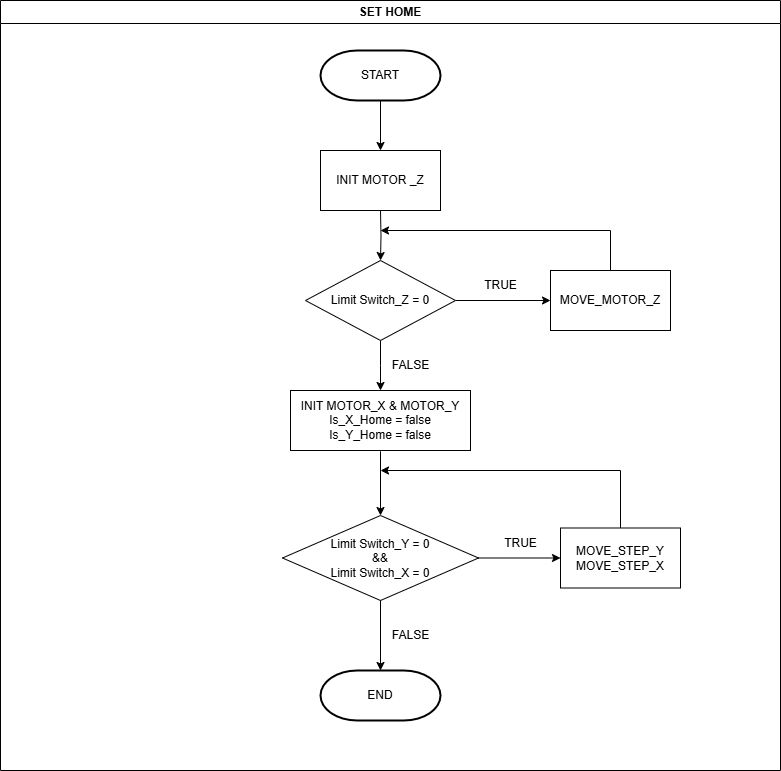
Before: FLOWCHART-VIE/FLOWCHART-SET-HOME.png, a diagram exported from draw.io (Quynguyen34/CNC-Drill-Graduation-Project). Source tidied: cells renumbered, new cells last; positions are measured from the earlier drawing's top-left corner, leaving out a move shared by most shapes. The source it was exported from:
```xml
<mxGraphModel>
  <root>
    <mxCell id="0" />
    <mxCell id="1" parent="0" />
    <mxCell id="2" style="edgeStyle=orthogonalEdgeStyle;rounded=0;jettySize=auto;html=1;" parent="1" edge="1" target="5">
      <mxGeometry relative="1" as="geometry">
        <mxPoint x="380" y="210" as="sourcePoint" />
      </mxGeometry>
    </mxCell>
    <mxCell id="3" style="edgeStyle=orthogonalEdgeStyle;rounded=0;jettySize=auto;html=1;" parent="1" edge="1" source="5">
      <mxGeometry relative="1" as="geometry">
        <mxPoint x="550" y="300" as="targetPoint" />
      </mxGeometry>
    </mxCell>
    <mxCell id="4" style="edgeStyle=orthogonalEdgeStyle;rounded=0;jettySize=auto;html=1;" parent="1" edge="1" source="5">
      <mxGeometry relative="1" as="geometry">
        <mxPoint x="380" y="390" as="targetPoint" />
      </mxGeometry>
    </mxCell>
    <mxCell id="5" value="Limit Switch_Z = 0" style="rhombus;whiteSpace=wrap;html=1;" parent="1" vertex="1">
      <mxGeometry x="305" y="260" width="150" height="80" as="geometry" />
    </mxCell>
    <mxCell id="6" style="edgeStyle=orthogonalEdgeStyle;rounded=0;orthogonalLoop=1;jettySize=auto;html=1;exitX=0.5;exitY=0;exitDx=0;exitDy=0;" parent="1" edge="1">
      <mxGeometry relative="1" as="geometry">
        <mxPoint x="610" y="270" as="sourcePoint" />
        <mxPoint x="380" y="230" as="targetPoint" />
        <Array as="points">
          <mxPoint x="610" y="230" />
        </Array>
      </mxGeometry>
    </mxCell>
    <mxCell id="7" value="TRUE" style="text;html=1;align=center;verticalAlign=middle;strokeColor=none;fillColor=none;" parent="1" vertex="1">
      <mxGeometry x="470" y="270" width="60" height="30" as="geometry" />
    </mxCell>
    <mxCell id="8" value="FALSE" style="text;html=1;align=center;verticalAlign=middle;strokeColor=none;fillColor=none;" parent="1" vertex="1">
      <mxGeometry x="380" y="350" width="60" height="30" as="geometry" />
    </mxCell>
    <mxCell id="9" style="edgeStyle=orthogonalEdgeStyle;rounded=0;jettySize=auto;html=1;entryX=0.5;entryY=0;entryDx=0;entryDy=0;" parent="1" edge="1" target="13">
      <mxGeometry relative="1" as="geometry">
        <mxPoint x="380" y="450" as="sourcePoint" />
        <Array as="points">
          <mxPoint x="380" y="451" />
        </Array>
      </mxGeometry>
    </mxCell>
    <mxCell id="10" value="SET HOME" style="swimlane;whiteSpace=wrap;html=1;" parent="1" vertex="1">
      <mxGeometry width="780" height="770" as="geometry" />
    </mxCell>
    <mxCell id="11" value="TRUE" style="text;html=1;align=center;verticalAlign=middle;strokeColor=none;fillColor=none;" parent="10" vertex="1">
      <mxGeometry x="490" y="527.5" width="60" height="30" as="geometry" />
    </mxCell>
    <mxCell id="12" style="edgeStyle=orthogonalEdgeStyle;rounded=0;jettySize=auto;html=1;" parent="10" edge="1" source="13" target="19">
      <mxGeometry relative="1" as="geometry" />
    </mxCell>
    <mxCell id="13" value="Limit Switch_Y = 0&lt;div&gt;&amp;amp;&amp;amp;&lt;/div&gt;&lt;div&gt;Limit Switch_X = 0&lt;br&gt;&lt;/div&gt;" style="rhombus;whiteSpace=wrap;html=1;" parent="10" vertex="1">
      <mxGeometry x="282" y="515" width="196" height="85" as="geometry" />
    </mxCell>
    <mxCell id="14" value="FALSE" style="text;html=1;align=center;verticalAlign=middle;strokeColor=none;fillColor=none;" parent="10" vertex="1">
      <mxGeometry x="380" y="620" width="60" height="30" as="geometry" />
    </mxCell>
    <mxCell id="15" style="edgeStyle=orthogonalEdgeStyle;rounded=0;jettySize=auto;html=1;exitX=0.5;exitY=1;exitDx=0;exitDy=0;" parent="10" edge="1" source="13">
      <mxGeometry relative="1" as="geometry">
        <mxPoint x="380" y="670" as="targetPoint" />
        <Array as="points">
          <mxPoint x="380" y="600" />
        </Array>
      </mxGeometry>
    </mxCell>
    <mxCell id="16" value="MOVE_MOTOR_Z" style="rounded=0;whiteSpace=wrap;html=1;" parent="10" vertex="1">
      <mxGeometry x="550" y="270" width="120" height="60" as="geometry" />
    </mxCell>
    <mxCell id="17" value="INIT MOTOR _Z" style="rounded=0;whiteSpace=wrap;html=1;" parent="10" vertex="1">
      <mxGeometry x="320" y="150" width="120" height="60" as="geometry" />
    </mxCell>
    <mxCell id="18" value="INIT MOTOR_X &amp;amp; MOTOR_Y&lt;div&gt;Is_X_Home = false&lt;/div&gt;&lt;div&gt;Is_Y_Home = false&lt;/div&gt;" style="rounded=0;whiteSpace=wrap;html=1;" parent="10" vertex="1">
      <mxGeometry x="290" y="390" width="180" height="60" as="geometry" />
    </mxCell>
    <mxCell id="19" value="&lt;div&gt;MOVE_STEP_Y&lt;br&gt;&lt;/div&gt;MOVE_STEP_X" style="rounded=0;whiteSpace=wrap;html=1;" parent="10" vertex="1">
      <mxGeometry x="560" y="527.5" width="120" height="60" as="geometry" />
    </mxCell>
    <mxCell id="20" style="edgeStyle=orthogonalEdgeStyle;rounded=0;jettySize=auto;html=1;" parent="10" edge="1" source="21" target="17">
      <mxGeometry relative="1" as="geometry" />
    </mxCell>
    <mxCell id="21" value="START" style="strokeWidth=2;html=1;shape=mxgraph.flowchart.terminator;whiteSpace=wrap;" parent="10" vertex="1">
      <mxGeometry x="320" y="50" width="120" height="50" as="geometry" />
    </mxCell>
    <mxCell id="22" value="END" style="strokeWidth=2;html=1;shape=mxgraph.flowchart.terminator;whiteSpace=wrap;" parent="10" vertex="1">
      <mxGeometry x="320" y="670" width="120" height="50" as="geometry" />
    </mxCell>
    <mxCell id="23" style="endArrow=classic;html=1;rounded=0;exitX=0.5;exitY=0;exitDx=0;exitDy=0;" parent="1" edge="1" source="19">
      <mxGeometry relative="1" as="geometry">
        <mxPoint x="380" y="470" as="targetPoint" />
        <Array as="points">
          <mxPoint x="620" y="470" />
        </Array>
      </mxGeometry>
    </mxCell>
  </root>
</mxGraphModel>
```
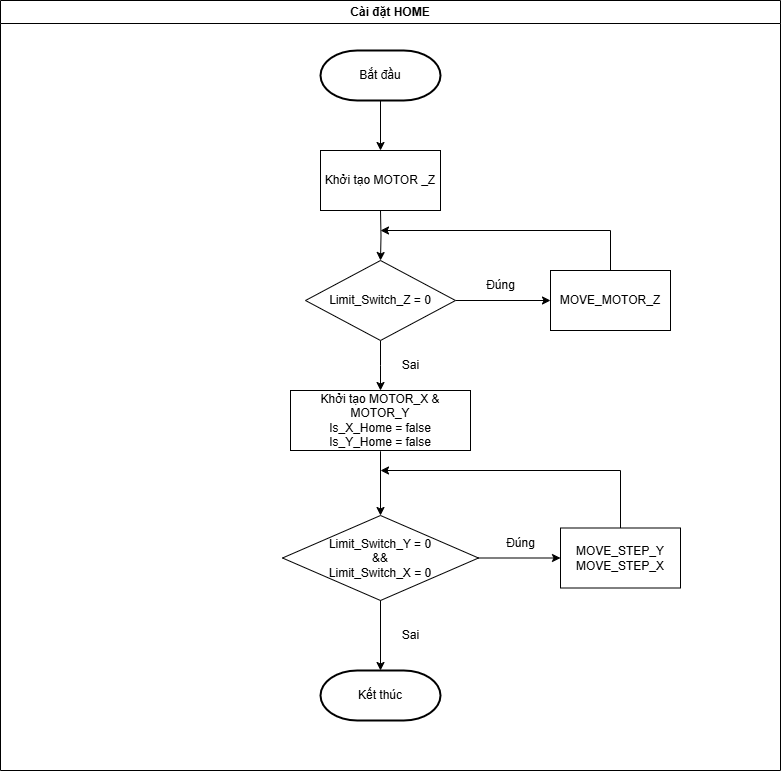
After the change.

Commit message:
add FLOWCHART-VIETSUB

Diff of the diagram source:
```diff
@@ -17,7 +17,7 @@
         <mxPoint x="380" y="390" as="targetPoint" />
       </mxGeometry>
     </mxCell>
-    <mxCell id="5" value="Limit Switch_Z = 0" style="rhombus;whiteSpace=wrap;html=1;" parent="1" vertex="1">
+    <mxCell id="5" value="Limit_Switch_Z = 0" style="rhombus;whiteSpace=wrap;html=1;" parent="1" vertex="1">
       <mxGeometry x="305" y="260" width="150" height="80" as="geometry" />
     </mxCell>
     <mxCell id="6" style="edgeStyle=orthogonalEdgeStyle;rounded=0;orthogonalLoop=1;jettySize=auto;html=1;exitX=0.5;exitY=0;exitDx=0;exitDy=0;" parent="1" edge="1">
@@ -29,11 +29,11 @@
         </Array>
       </mxGeometry>
     </mxCell>
-    <mxCell id="7" value="TRUE" style="text;html=1;align=center;verticalAlign=middle;strokeColor=none;fillColor=none;" parent="1" vertex="1">
-      <mxGeometry x="470" y="270" width="60" height="30" as="geometry" />
+    <mxCell id="7" value="Đúng" style="text;html=1;align=center;verticalAlign=middle;strokeColor=none;fillColor=none;" parent="1" vertex="1">
+      <mxGeometry x="475" y="270" width="50" height="30" as="geometry" />
     </mxCell>
-    <mxCell id="8" value="FALSE" style="text;html=1;align=center;verticalAlign=middle;strokeColor=none;fillColor=none;" parent="1" vertex="1">
-      <mxGeometry x="380" y="350" width="60" height="30" as="geometry" />
+    <mxCell id="8" value="Sai" style="text;html=1;align=center;verticalAlign=middle;strokeColor=none;fillColor=none;" parent="1" vertex="1">
+      <mxGeometry x="390" y="350" width="40" height="30" as="geometry" />
     </mxCell>
     <mxCell id="9" style="edgeStyle=orthogonalEdgeStyle;rounded=0;jettySize=auto;html=1;entryX=0.5;entryY=0;entryDx=0;entryDy=0;" parent="1" edge="1" target="13">
       <mxGeometry relative="1" as="geometry">
@@ -43,20 +43,20 @@
         </Array>
       </mxGeometry>
     </mxCell>
-    <mxCell id="10" value="SET HOME" style="swimlane;whiteSpace=wrap;html=1;" parent="1" vertex="1">
+    <mxCell id="10" value="Cài đặt HOME" style="swimlane;whiteSpace=wrap;html=1;" parent="1" vertex="1">
       <mxGeometry width="780" height="770" as="geometry" />
     </mxCell>
-    <mxCell id="11" value="TRUE" style="text;html=1;align=center;verticalAlign=middle;strokeColor=none;fillColor=none;" parent="10" vertex="1">
-      <mxGeometry x="490" y="527.5" width="60" height="30" as="geometry" />
+    <mxCell id="11" value="Đúng" style="text;html=1;align=center;verticalAlign=middle;strokeColor=none;fillColor=none;" parent="10" vertex="1">
+      <mxGeometry x="495" y="527.5" width="50" height="30" as="geometry" />
     </mxCell>
     <mxCell id="12" style="edgeStyle=orthogonalEdgeStyle;rounded=0;jettySize=auto;html=1;" parent="10" edge="1" source="13" target="19">
       <mxGeometry relative="1" as="geometry" />
     </mxCell>
-    <mxCell id="13" value="Limit Switch_Y = 0&lt;div&gt;&amp;amp;&amp;amp;&lt;/div&gt;&lt;div&gt;Limit Switch_X = 0&lt;br&gt;&lt;/div&gt;" style="rhombus;whiteSpace=wrap;html=1;" parent="10" vertex="1">
+    <mxCell id="13" value="Limit_Switch_Y = 0&lt;div&gt;&amp;amp;&amp;amp;&lt;/div&gt;&lt;div&gt;Limit_Switch_X = 0&lt;br&gt;&lt;/div&gt;" style="rhombus;whiteSpace=wrap;html=1;" parent="10" vertex="1">
       <mxGeometry x="282" y="515" width="196" height="85" as="geometry" />
     </mxCell>
-    <mxCell id="14" value="FALSE" style="text;html=1;align=center;verticalAlign=middle;strokeColor=none;fillColor=none;" parent="10" vertex="1">
-      <mxGeometry x="380" y="620" width="60" height="30" as="geometry" />
+    <mxCell id="14" value="Sai" style="text;html=1;align=center;verticalAlign=middle;strokeColor=none;fillColor=none;" parent="10" vertex="1">
+      <mxGeometry x="390" y="620" width="40" height="30" as="geometry" />
     </mxCell>
     <mxCell id="15" style="edgeStyle=orthogonalEdgeStyle;rounded=0;jettySize=auto;html=1;exitX=0.5;exitY=1;exitDx=0;exitDy=0;" parent="10" edge="1" source="13">
       <mxGeometry relative="1" as="geometry">
@@ -69,10 +69,10 @@
     <mxCell id="16" value="MOVE_MOTOR_Z" style="rounded=0;whiteSpace=wrap;html=1;" parent="10" vertex="1">
       <mxGeometry x="550" y="270" width="120" height="60" as="geometry" />
     </mxCell>
-    <mxCell id="17" value="INIT MOTOR _Z" style="rounded=0;whiteSpace=wrap;html=1;" parent="10" vertex="1">
+    <mxCell id="17" value="Khởi tạo MOTOR _Z" style="rounded=0;whiteSpace=wrap;html=1;" parent="10" vertex="1">
       <mxGeometry x="320" y="150" width="120" height="60" as="geometry" />
     </mxCell>
-    <mxCell id="18" value="INIT MOTOR_X &amp;amp; MOTOR_Y&lt;div&gt;Is_X_Home = false&lt;/div&gt;&lt;div&gt;Is_Y_Home = false&lt;/div&gt;" style="rounded=0;whiteSpace=wrap;html=1;" parent="10" vertex="1">
+    <mxCell id="18" value="Khởi tạo MOTOR_X &amp;amp; MOTOR_Y&lt;div&gt;Is_X_Home = false&lt;/div&gt;&lt;div&gt;Is_Y_Home = false&lt;/div&gt;" style="rounded=0;whiteSpace=wrap;html=1;" parent="10" vertex="1">
       <mxGeometry x="290" y="390" width="180" height="60" as="geometry" />
     </mxCell>
     <mxCell id="19" value="&lt;div&gt;MOVE_STEP_Y&lt;br&gt;&lt;/div&gt;MOVE_STEP_X" style="rounded=0;whiteSpace=wrap;html=1;" parent="10" vertex="1">
@@ -81,10 +81,10 @@
     <mxCell id="20" style="edgeStyle=orthogonalEdgeStyle;rounded=0;jettySize=auto;html=1;" parent="10" edge="1" source="21" target="17">
       <mxGeometry relative="1" as="geometry" />
     </mxCell>
-    <mxCell id="21" value="START" style="strokeWidth=2;html=1;shape=mxgraph.flowchart.terminator;whiteSpace=wrap;" parent="10" vertex="1">
+    <mxCell id="21" value="Bắt đầu" style="strokeWidth=2;html=1;shape=mxgraph.flowchart.terminator;whiteSpace=wrap;" parent="10" vertex="1">
       <mxGeometry x="320" y="50" width="120" height="50" as="geometry" />
     </mxCell>
-    <mxCell id="22" value="END" style="strokeWidth=2;html=1;shape=mxgraph.flowchart.terminator;whiteSpace=wrap;" parent="10" vertex="1">
+    <mxCell id="22" value="Kết thúc" style="strokeWidth=2;html=1;shape=mxgraph.flowchart.terminator;whiteSpace=wrap;" parent="10" vertex="1">
       <mxGeometry x="320" y="670" width="120" height="50" as="geometry" />
     </mxCell>
     <mxCell id="23" style="endArrow=classic;html=1;rounded=0;exitX=0.5;exitY=0;exitDx=0;exitDy=0;" parent="1" edge="1" source="19">
```
